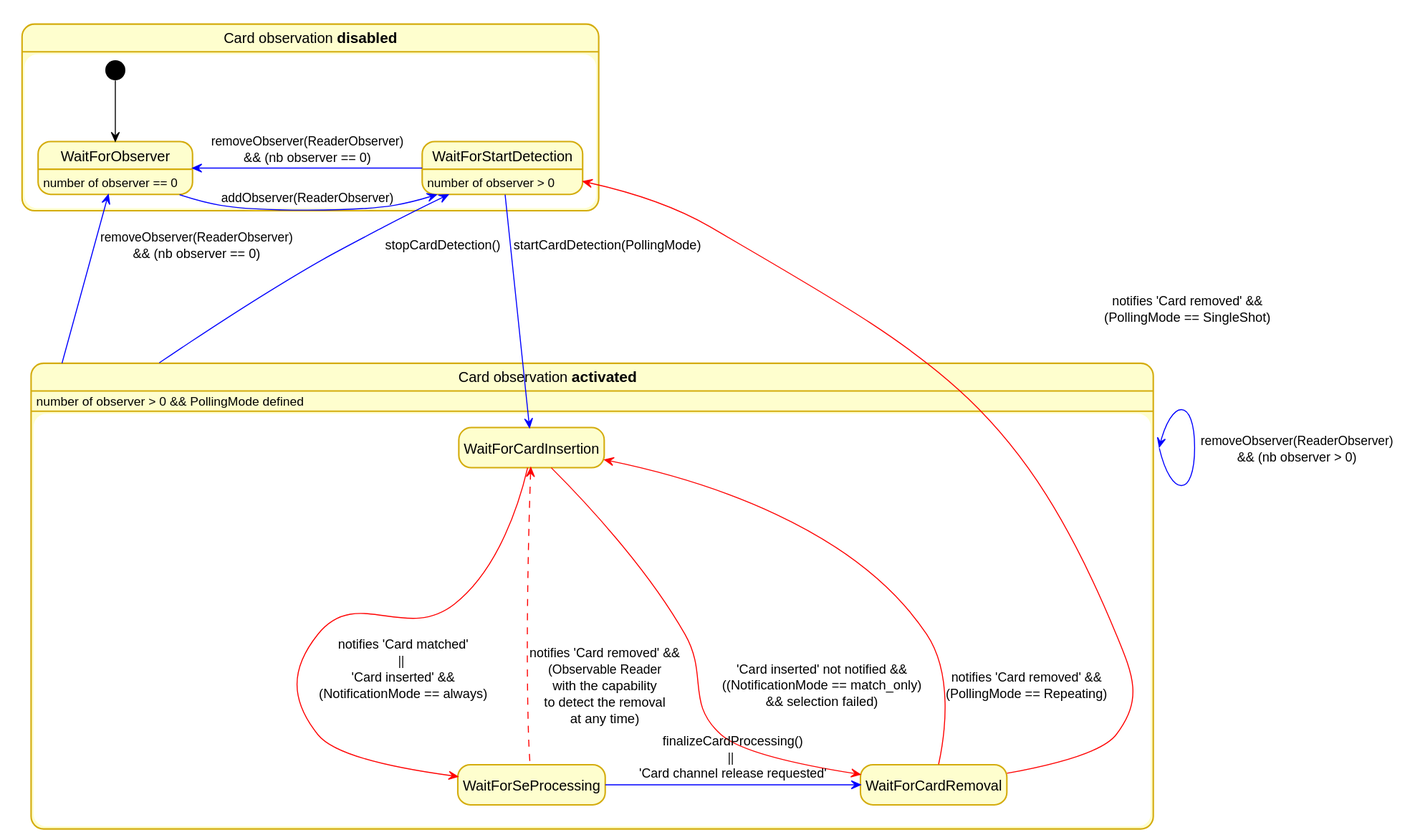
The PlantUML diagram docs/KeypleCoreApi/img/KeypleCore_Reader_StateDiag_ObservableReaderStates_1_0_0.svg in calypsonet/keyple, before a commit. Source of this version:
```plantuml
@startuml
skinparam ClassBorderColor #D4AC0D
skinparam stereotypeABorderColor #A9DCDF
skinparam stereotypeIBorderColor #B4A7E5
skinparam stereotypeCBorderColor #ADD1B2
skinparam stereotypeEBorderColor #EB93DF
skinparam shadowing false

skinparam StateBorderColor #D4AC0D
skinparam ActivityBorderColor #D4AC0D

skinparam ClassBackgroundColor<<red>> #FDEDEC
skinparam ClassBorderColor<<red>> #E74C3C
hide <<red>> stereotype
skinparam ClassBackgroundColor<<purple>> #F4ECF7
skinparam ClassBorderColor<<purple>> #8E44AD
hide <<purple>> stereotype
skinparam ClassBackgroundColor<<blue>> #EBF5FB
skinparam ClassBorderColor<<blue>> #3498DB
hide <<blue>> stereotype
skinparam ClassBackgroundColor<<green>> #EAFAF1
skinparam ClassBorderColor<<green>> #2ECC71
hide <<green>> stereotype

skinparam ClassBackgroundColor<<orange>> #FDF2E9
skinparam ClassBorderColor<<orange>> #E67E22
hide <<orange>> stereotype

skinparam ClassBackgroundColor<<grey>> #EAECEE
skinparam ClassBorderColor<<grey>> #2C3E50
hide <<grey>> stereotype
hide empty description

state "Card observation <b>disabled</b>" as Card_ObservationDisabled {
  [*] --[#Black]> WaitForObserver
  WaitForObserver -right[#Blue]-> WaitForStartDetection : \naddObserver(ReaderObserver)
  WaitForObserver : number of observer == 0
  WaitForStartDetection -left[#Blue]-> WaitForObserver : removeObserver(ReaderObserver)\n&& (nb observer == 0)
  WaitForStartDetection : number of observer > 0
}

state "Card observation <b>activated</b>" as Card_ObservationActivated {
  Card_ObservationActivated : number of observer > 0  &&  PollingMode defined
  WaitForCardInsertion -down[#Red]-> WaitForSeProcessing : notifies 'Card matched'\n|| \n'Card inserted' &&\n(NotificationMode == always)\n\n
  WaitForCardInsertion -down[#Red]-> WaitForCardRemoval : 'Card inserted' not notified &&\n((NotificationMode == match_only)\n&& selection failed)
  WaitForCardRemoval -up[#Red]-> WaitForCardInsertion : notifies 'Card removed' &&\n(PollingMode == Repeating)
  WaitForSeProcessing -up[#Red,dashed]-> WaitForCardInsertion : notifies 'Card removed' &&\n(Observable Reader\nwith the capability\nto detect the removal\nat any time)

  WaitForSeProcessing -right[#Blue]-> WaitForCardRemoval : finalizeCardProcessing()\n|| \n'Card channel release requested'
}

WaitForStartDetection -down[#Blue]-> WaitForCardInsertion : startCardDetection(PollingMode)
Card_ObservationActivated -up[#Blue]-> WaitForObserver : removeObserver(ReaderObserver)\n&& (nb observer == 0)
Card_ObservationActivated -up[#Blue]-> WaitForStartDetection : stopCardDetection()

Card_ObservationActivated -up[#Blue]-> Card_ObservationActivated : removeObserver(ReaderObserver)\n&& (nb observer > 0)

WaitForCardRemoval -left[#Red]-> WaitForStartDetection : notifies 'Card removed' &&\n(PollingMode == SingleShot)\n\n\n\n\n\n\n\n\n\n\n\n\n\n\n\n\n
@enduml
```
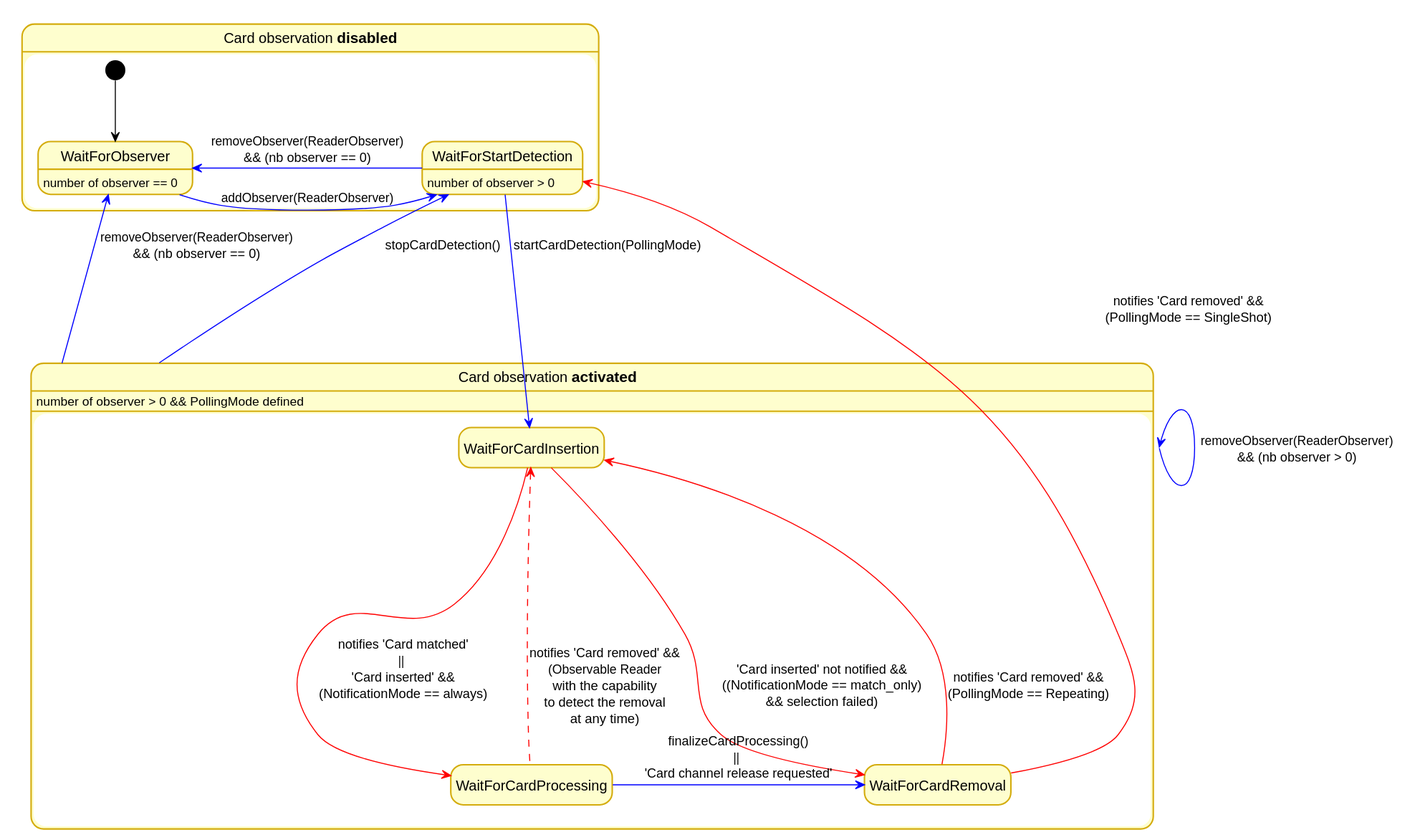
Above is the later version.

What changed in the source:
```diff
@@ -41,12 +41,12 @@
 
 state "Card observation <b>activated</b>" as Card_ObservationActivated {
   Card_ObservationActivated : number of observer > 0  &&  PollingMode defined
-  WaitForCardInsertion -down[#Red]-> WaitForSeProcessing : notifies 'Card matched'\n|| \n'Card inserted' &&\n(NotificationMode == always)\n\n
+  WaitForCardInsertion -down[#Red]-> WaitForCardProcessing : notifies 'Card matched'\n|| \n'Card inserted' &&\n(NotificationMode == always)\n\n
   WaitForCardInsertion -down[#Red]-> WaitForCardRemoval : 'Card inserted' not notified &&\n((NotificationMode == match_only)\n&& selection failed)
   WaitForCardRemoval -up[#Red]-> WaitForCardInsertion : notifies 'Card removed' &&\n(PollingMode == Repeating)
-  WaitForSeProcessing -up[#Red,dashed]-> WaitForCardInsertion : notifies 'Card removed' &&\n(Observable Reader\nwith the capability\nto detect the removal\nat any time)
+  WaitForCardProcessing -up[#Red,dashed]-> WaitForCardInsertion : notifies 'Card removed' &&\n(Observable Reader\nwith the capability\nto detect the removal\nat any time)
 
-  WaitForSeProcessing -right[#Blue]-> WaitForCardRemoval : finalizeCardProcessing()\n|| \n'Card channel release requested'
+  WaitForCardProcessing -right[#Blue]-> WaitForCardRemoval : finalizeCardProcessing()\n|| \n'Card channel release requested'
 }
 
 WaitForStartDetection -down[#Blue]-> WaitForCardInsertion : startCardDetection(PollingMode)
```
